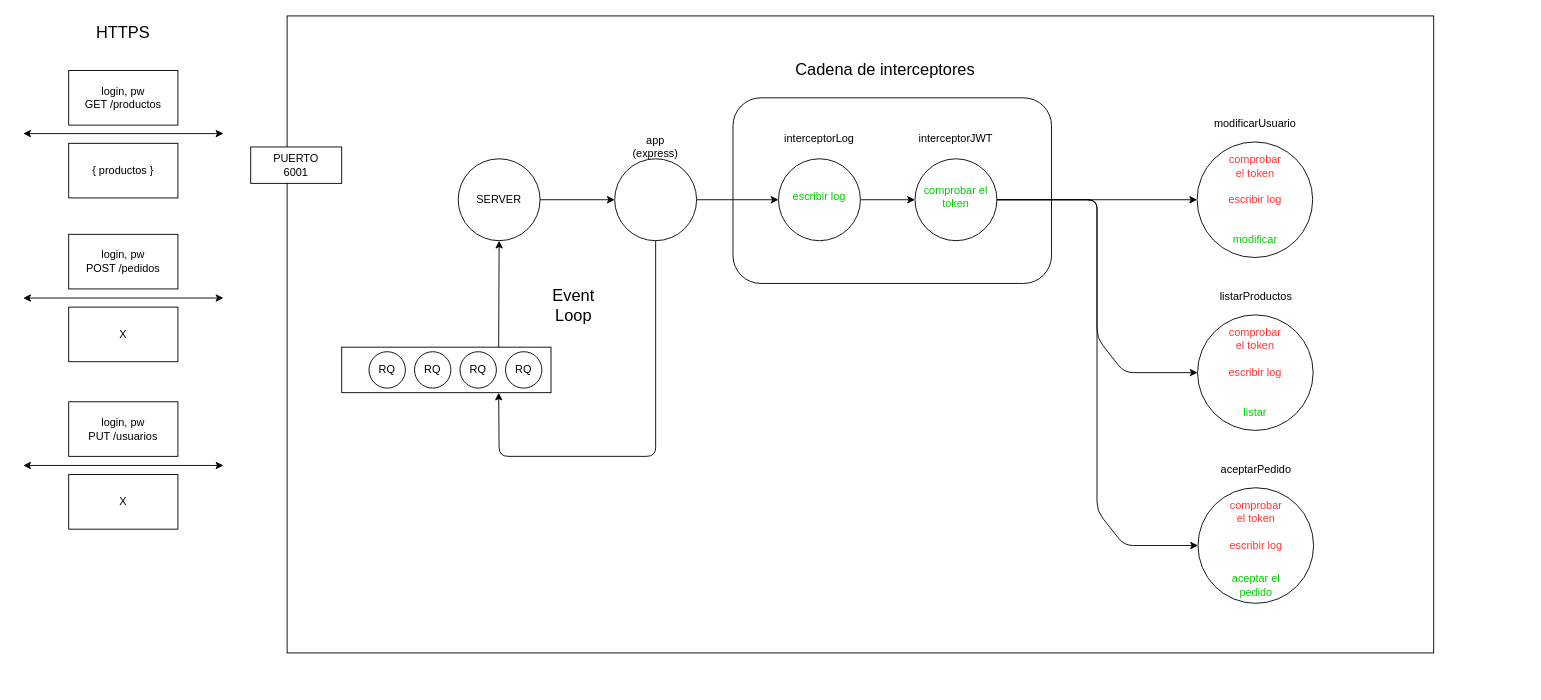
Earlier version of the draw.io diagram page "Página-38" (37 of 39) of dibujos.drawio (lrag/MEAN_2021_2). Source tidied: cells renumbered, new cells numbered last; positions are measured from the earlier drawing's top-left corner, leaving out a move shared by most shapes. Both pictures are drawn from the tidied source at 91%, with x=0, y=0 at pixel (23, 15).
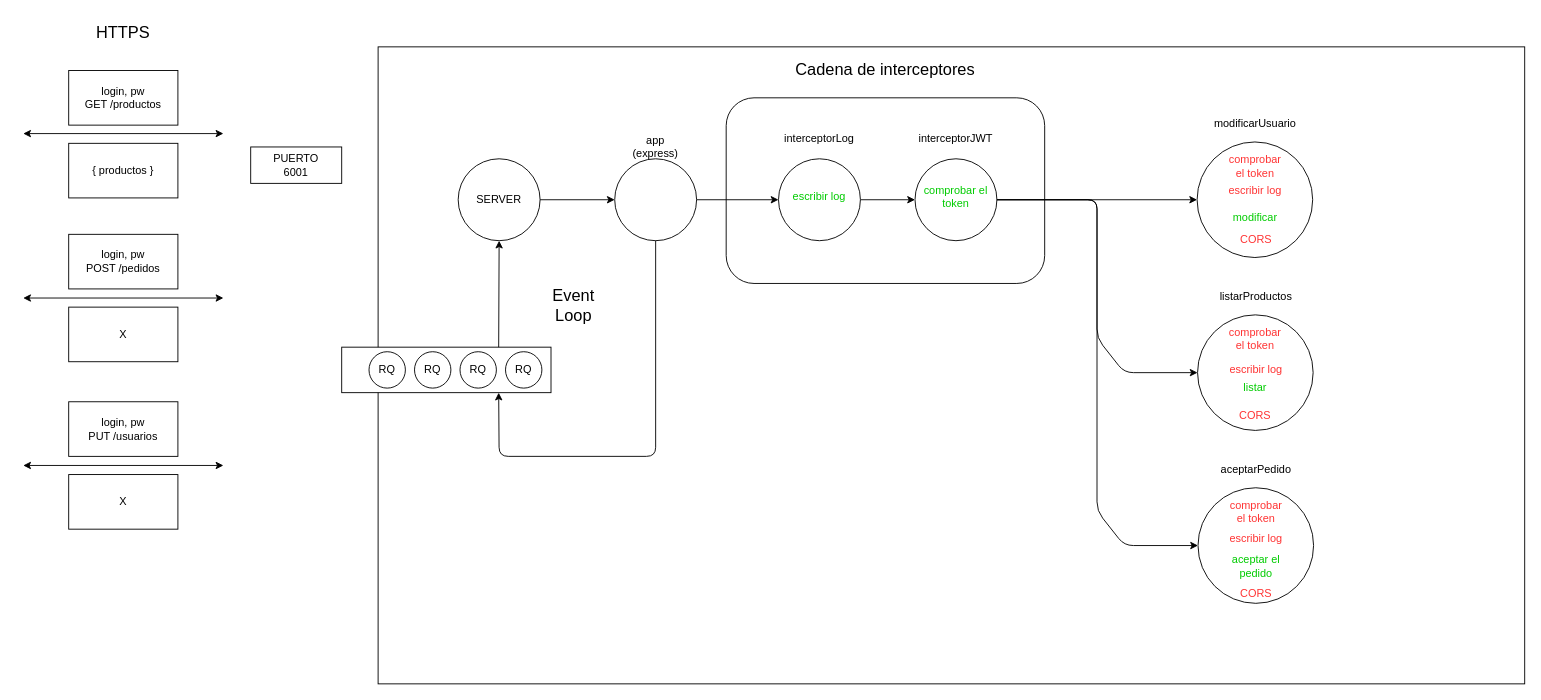
After the change.

The edit, as a diff of the source:
```diff
@@
+    <mxCell id="53" style="rounded=1;whiteSpace=wrap;html=1;fontColor=#00CC00;fillColor=none;" parent="1" vertex="1">
+      <mxGeometry x="772.5" y="90" width="350" height="204" as="geometry" />
+    </mxCell>
-    <mxCell id="2" style="rounded=0;whiteSpace=wrap;html=1;strokeWidth=1;fillColor=#ffffff;" parent="1" vertex="1">
-      <mxGeometry x="290" width="1260" height="700" as="geometry" />
+    <mxCell id="2" style="rounded=0;whiteSpace=wrap;html=1;strokeWidth=1;fillColor=none;" parent="1" vertex="1">
+      <mxGeometry x="390" y="34" width="1260" height="700" as="geometry" />
     </mxCell>
@@
     <mxCell id="31" value="modificar" style="text;html=1;strokeColor=none;fillColor=none;align=center;verticalAlign=middle;whiteSpace=wrap;rounded=0;fontColor=#00CC00;" parent="1" vertex="1">
-      <mxGeometry x="1323.5" y="231" width="60" height="30" as="geometry" />
+      <mxGeometry x="1323.5" y="207" width="60" height="30" as="geometry" />
     </mxCell>
@@
     <mxCell id="33" value="escribir log" style="text;html=1;strokeColor=none;fillColor=none;align=center;verticalAlign=middle;whiteSpace=wrap;rounded=0;fontColor=#FF3333;" parent="1" vertex="1">
-      <mxGeometry x="1315.5" y="187" width="76" height="30" as="geometry" />
+      <mxGeometry x="1315.5" y="177" width="76" height="30" as="geometry" />
     </mxCell>
@@
     <mxCell id="36" value="listar" style="text;html=1;strokeColor=none;fillColor=none;align=center;verticalAlign=middle;whiteSpace=wrap;rounded=0;fontColor=#00CC00;" parent="1" vertex="1">
-      <mxGeometry x="1324" y="421" width="60" height="30" as="geometry" />
+      <mxGeometry x="1323.5" y="394" width="60" height="30" as="geometry" />
     </mxCell>
@@
     <mxCell id="38" value="escribir log" style="text;html=1;strokeColor=none;fillColor=none;align=center;verticalAlign=middle;whiteSpace=wrap;rounded=0;fontColor=#FF3333;" parent="1" vertex="1">
-      <mxGeometry x="1316" y="377" width="76" height="30" as="geometry" />
+      <mxGeometry x="1317" y="374" width="76" height="30" as="geometry" />
     </mxCell>
@@
     <mxCell id="41" value="aceptar el pedido" style="text;html=1;strokeColor=none;fillColor=none;align=center;verticalAlign=middle;whiteSpace=wrap;rounded=0;fontColor=#00CC00;" parent="1" vertex="1">
-      <mxGeometry x="1324.5" y="611" width="60" height="30" as="geometry" />
+      <mxGeometry x="1324.5" y="590" width="60" height="30" as="geometry" />
     </mxCell>
@@
     <mxCell id="43" value="escribir log" style="text;html=1;strokeColor=none;fillColor=none;align=center;verticalAlign=middle;whiteSpace=wrap;rounded=0;fontColor=#FF3333;" parent="1" vertex="1">
-      <mxGeometry x="1316.5" y="567" width="76" height="30" as="geometry" />
+      <mxGeometry x="1316.5" y="560" width="76" height="30" as="geometry" />
     </mxCell>
@@
-    <mxCell id="53" style="rounded=1;whiteSpace=wrap;html=1;fontColor=#00CC00;fillColor=none;" parent="1" vertex="1">
-      <mxGeometry x="780" y="90" width="350" height="204" as="geometry" />
-    </mxCell>
+    <mxCell id="54" value="CORS" style="text;html=1;strokeColor=none;fillColor=none;align=center;verticalAlign=middle;whiteSpace=wrap;rounded=0;fontColor=#FF3333;" parent="1" vertex="1">
+      <mxGeometry x="1317" y="231" width="76" height="30" as="geometry" />
+    </mxCell>
+    <mxCell id="55" value="CORS" style="text;html=1;strokeColor=none;fillColor=none;align=center;verticalAlign=middle;whiteSpace=wrap;rounded=0;fontColor=#FF3333;" parent="1" vertex="1">
+      <mxGeometry x="1315.5" y="424" width="76" height="30" as="geometry" />
+    </mxCell>
+    <mxCell id="56" value="CORS" style="text;html=1;strokeColor=none;fillColor=none;align=center;verticalAlign=middle;whiteSpace=wrap;rounded=0;fontColor=#FF3333;" parent="1" vertex="1">
+      <mxGeometry x="1317" y="620" width="76" height="30" as="geometry" />
+    </mxCell>
```
